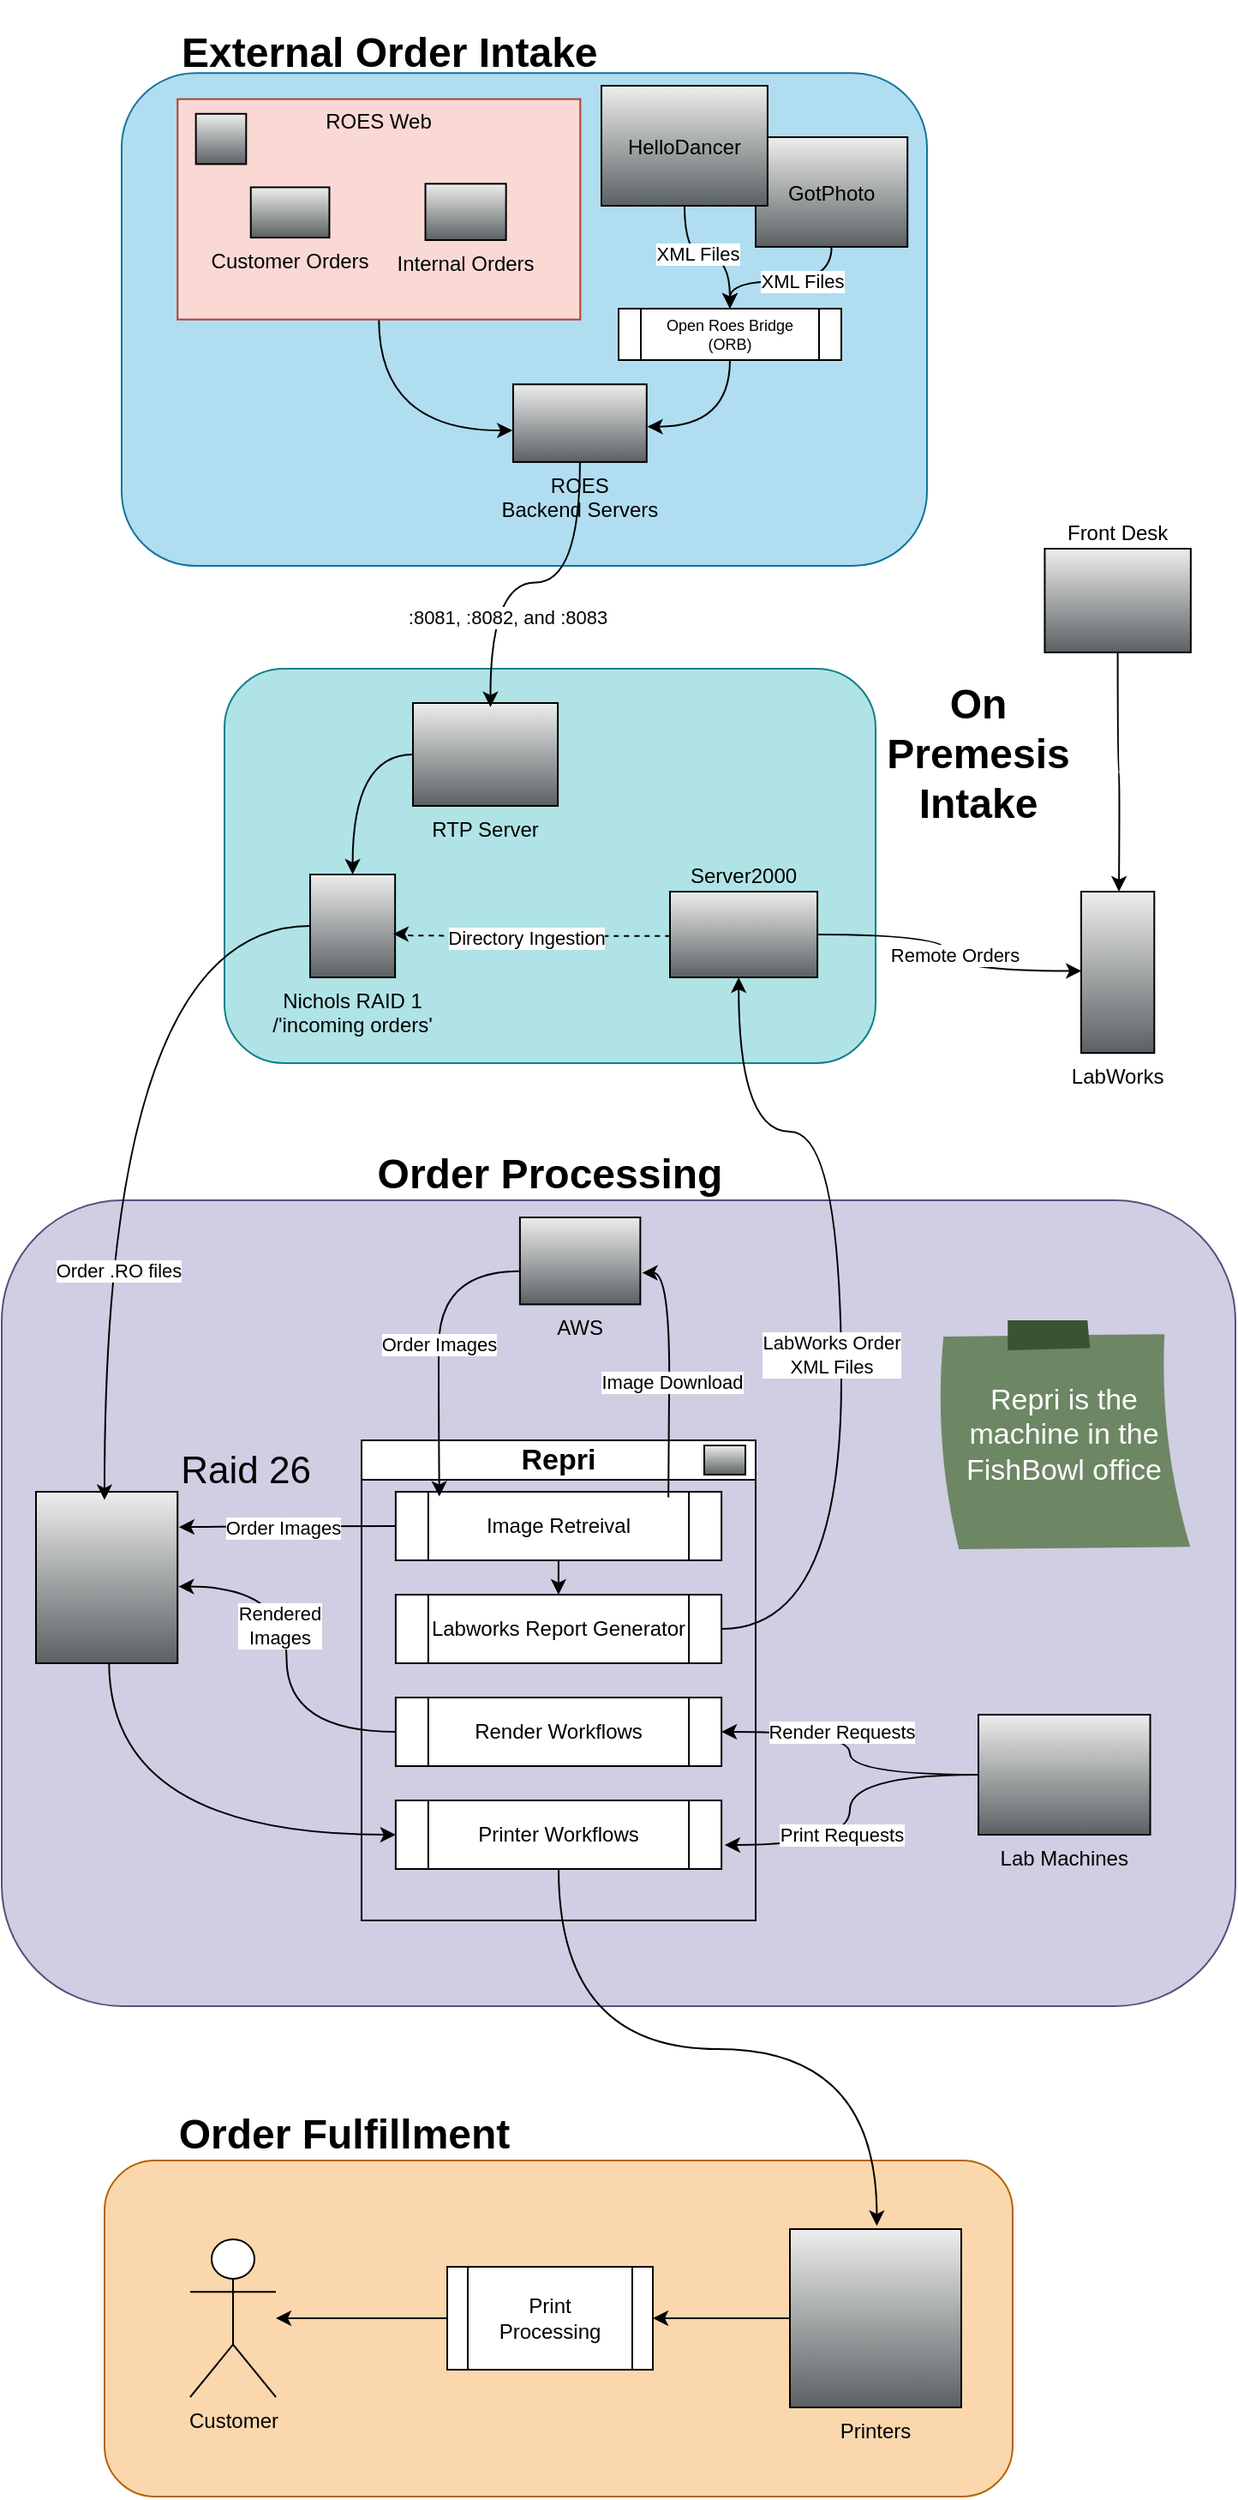
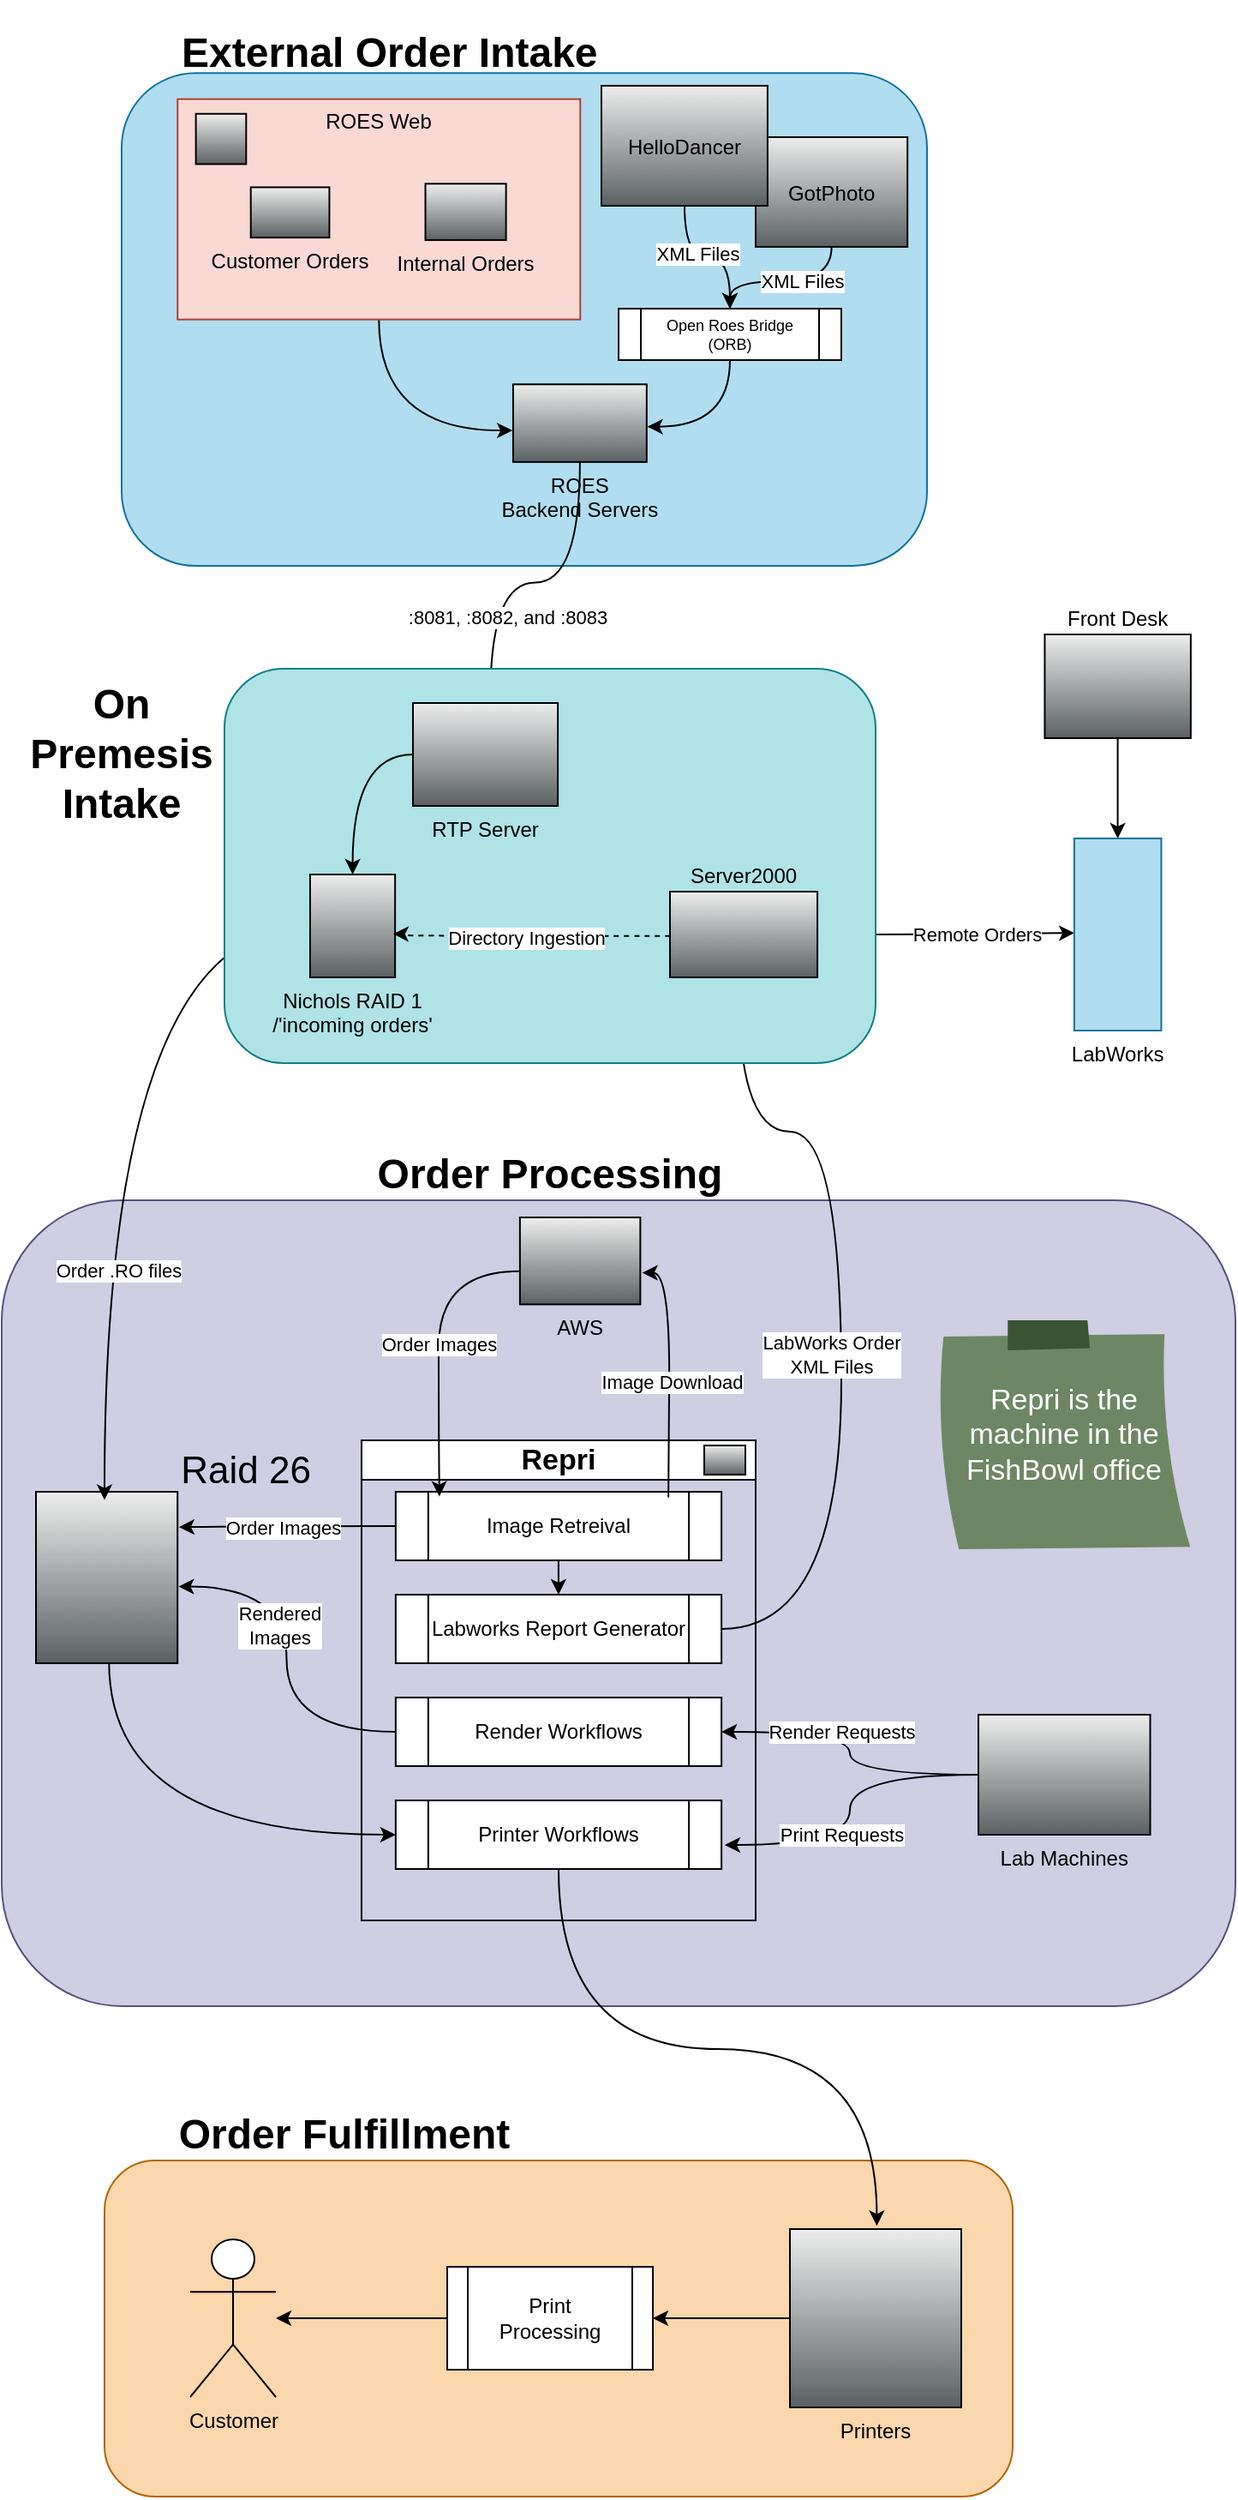
<mxfile host="app.diagrams.net">
  <diagram name="External Order Intake" id="xOiFyvTx0ugd0xP541Ys">
    <mxGraphModel dx="1138" dy="664" grid="1" gridSize="10" guides="1" tooltips="1" connect="1" arrows="1" fold="1" page="1" pageScale="1" pageWidth="850" pageHeight="1100" math="0" shadow="0">
      <root>
        <mxCell id="0" />
        <mxCell id="1" parent="0" />
        <mxCell id="Abbv7D0ucnFepgTgGXwM-46" connectable="0" parent="1" style="group" value="" vertex="1">
          <mxGeometry height="310" width="470" x="160" y="40" as="geometry" />
        </mxCell>
        <mxCell id="Abbv7D0ucnFepgTgGXwM-2" parent="Abbv7D0ucnFepgTgGXwM-46" style="rounded=1;whiteSpace=wrap;html=1;fillColor=#b1ddf0;strokeColor=#10739e;" value=" " vertex="1">
          <mxGeometry height="287.3170731707317" width="470.00000000000006" y="22.682926829268293" as="geometry" />
        </mxCell>
        <mxCell id="uFVznFZ-sdEEhWdo_pJ7-23" parent="Abbv7D0ucnFepgTgGXwM-46" style="shape=mxgraph.networks2.icon;aspect=fixed;fillColor=#EDEDED;strokeColor=#000000;gradientColor=#5B6163;network2IconShadow=1;network2bgFillColor=none;labelPosition=center;verticalLabelPosition=middle;align=center;verticalAlign=middle;network2Icon=mxgraph.networks2.cloud;network2IconYOffset=-0.08;network2IconW=1.0004;network2IconH=0.7222;" value="GotPhoto" vertex="1">
          <mxGeometry height="63.96" width="88.6" x="370" y="60" as="geometry" />
        </mxCell>
        <mxCell id="uFVznFZ-sdEEhWdo_pJ7-26" parent="Abbv7D0ucnFepgTgGXwM-46" style="fillColorStyles=neutralFill;neutralFill=#9DA6A8;shape=mxgraph.networks2.icon;aspect=fixed;fillColor=#EDEDED;strokeColor=#000000;gradientColor=#5B6163;network2IconShadow=1;network2bgFillColor=none;labelPosition=center;verticalLabelPosition=bottom;align=center;verticalAlign=top;network2Icon=mxgraph.networks2.server;network2IconW=1.0001;network2IconH=0.5812;" value="ROES&#xa;Backend Servers" vertex="1">
          <mxGeometry height="45.29897718332022" width="77.94659716758459" x="228.46569444444447" y="204.14634146341464" as="geometry" />
        </mxCell>
        <mxCell id="uFVznFZ-sdEEhWdo_pJ7-27" edge="1" parent="Abbv7D0ucnFepgTgGXwM-46" source="uFVznFZ-sdEEhWdo_pJ7-12" style="edgeStyle=orthogonalEdgeStyle;curved=1;rounded=0;orthogonalLoop=1;jettySize=auto;html=1;exitX=0.5;exitY=1;exitDx=0;exitDy=0;entryX=-0.005;entryY=0.594;entryDx=0;entryDy=0;entryPerimeter=0;" target="uFVznFZ-sdEEhWdo_pJ7-26">
          <mxGeometry relative="1" as="geometry" />
        </mxCell>
        <mxCell id="Abbv7D0ucnFepgTgGXwM-3" parent="Abbv7D0ucnFepgTgGXwM-46" style="text;html=1;whiteSpace=wrap;strokeColor=none;fillColor=none;align=left;verticalAlign=middle;rounded=0;" value="&lt;h1&gt;External Order Intake&lt;/h1&gt;" vertex="1">
          <mxGeometry height="22.68" width="407.36" x="32.64" as="geometry" />
        </mxCell>
        <mxCell id="Abbv7D0ucnFepgTgGXwM-45" connectable="0" parent="Abbv7D0ucnFepgTgGXwM-46" style="group;" value="" vertex="1">
          <mxGeometry height="128.53658536585368" width="235.00000000000003" x="32.63888888888889" y="37.804878048780495" as="geometry" />
        </mxCell>
        <mxCell id="uFVznFZ-sdEEhWdo_pJ7-12" parent="Abbv7D0ucnFepgTgGXwM-45" style="rounded=0;whiteSpace=wrap;html=1;fillColor=#fad9d5;strokeColor=#ae4132;" value="" vertex="1">
          <mxGeometry height="128.53658536585368" width="235.00000000000003" as="geometry" />
        </mxCell>
        <mxCell id="uFVznFZ-sdEEhWdo_pJ7-13" parent="Abbv7D0ucnFepgTgGXwM-45" style="shape=mxgraph.networks2.icon;aspect=fixed;fillColor=#EDEDED;strokeColor=#000000;gradientColor=#5B6163;network2IconShadow=1;network2bgFillColor=none;labelPosition=center;verticalLabelPosition=bottom;align=center;verticalAlign=top;network2Icon=mxgraph.networks2.globe;network2IconW=1;network2IconH=1;" value="" vertex="1">
          <mxGeometry height="29.33648046157881" width="29.33648046157881" x="10.681818181818182" y="8.56910569105691" as="geometry" />
        </mxCell>
        <mxCell id="uFVznFZ-sdEEhWdo_pJ7-14" parent="Abbv7D0ucnFepgTgGXwM-45" style="shape=mxgraph.networks2.icon;aspect=fixed;fillColor=#EDEDED;strokeColor=#000000;gradientColor=#5B6163;network2IconShadow=1;network2bgFillColor=none;labelPosition=center;verticalLabelPosition=bottom;align=center;verticalAlign=top;network2Icon=mxgraph.networks2.users;network2IconXOffset=0.0019;network2IconYOffset=-0.0004;network2IconW=1.0353;network2IconH=0.6623;" value="Customer Orders" vertex="1">
          <mxGeometry height="29.33648046157881" width="45.86025308156307" x="42.72727272727273" y="51.41463414634146" as="geometry" />
        </mxCell>
        <mxCell id="uFVznFZ-sdEEhWdo_pJ7-15" parent="Abbv7D0ucnFepgTgGXwM-45" style="shape=mxgraph.networks2.icon;aspect=fixed;fillColor=#EDEDED;strokeColor=#000000;gradientColor=#5B6163;network2IconShadow=1;network2bgFillColor=none;labelPosition=center;verticalLabelPosition=bottom;align=center;verticalAlign=top;network2Icon=mxgraph.networks2.lan;network2IconYOffset=0.0558;network2IconW=1.0834;network2IconH=0.7564;" value="Internal Orders" vertex="1">
          <mxGeometry height="32.85685811696826" width="47.0630487804878" x="144.61949300699303" y="49.35804878048783" as="geometry" />
        </mxCell>
        <mxCell id="uFVznFZ-sdEEhWdo_pJ7-25" parent="Abbv7D0ucnFepgTgGXwM-45" style="text;html=1;whiteSpace=wrap;strokeColor=none;fillColor=none;align=center;verticalAlign=middle;rounded=0;" value="ROES Web" vertex="1">
          <mxGeometry height="25.70731707317073" width="72.3076923076923" x="81.34615384615385" as="geometry" />
        </mxCell>
        <mxCell id="jQCsffpuLkgTT5c4SlJs-1" parent="Abbv7D0ucnFepgTgGXwM-46" style="shape=mxgraph.networks2.icon;aspect=fixed;fillColor=#EDEDED;strokeColor=#000000;gradientColor=#5B6163;network2IconShadow=1;network2bgFillColor=none;labelPosition=center;verticalLabelPosition=middle;align=center;verticalAlign=middle;network2Icon=mxgraph.networks2.cloud;network2IconYOffset=-0.08;network2IconW=1.0004;network2IconH=0.7222;" value="HelloDancer" vertex="1">
          <mxGeometry height="70" width="96.96" x="280" y="30" as="geometry" />
        </mxCell>
-         <mxCell id="Abbv7D0ucnFepgTgGXwM-63" connectable="0" parent="1" style="group;labelPosition=center;verticalLabelPosition=bottom;align=center;verticalAlign=top;" value=" " vertex="1">
-           <mxGeometry height="230" width="514.8699999999999" x="220" y="410" as="geometry" />
-         </mxCell>
-         <mxCell id="Abbv7D0ucnFepgTgGXwM-58" parent="Abbv7D0ucnFepgTgGXwM-63" style="rounded=1;whiteSpace=wrap;html=1;fillColor=#b0e3e6;strokeColor=#0e8088;" value=" " vertex="1">
-           <mxGeometry height="230" width="380" as="geometry" />
-         </mxCell>
-         <mxCell id="Abbv7D0ucnFepgTgGXwM-61" edge="1" parent="Abbv7D0ucnFepgTgGXwM-63" source="Abbv7D0ucnFepgTgGXwM-48" style="edgeStyle=orthogonalEdgeStyle;curved=1;rounded=0;orthogonalLoop=1;jettySize=auto;html=1;" target="Abbv7D0ucnFepgTgGXwM-49">
-           <mxGeometry relative="1" as="geometry" />
-         </mxCell>
-         <mxCell id="Abbv7D0ucnFepgTgGXwM-48" parent="Abbv7D0ucnFepgTgGXwM-63" style="shape=mxgraph.networks2.icon;aspect=fixed;fillColor=#EDEDED;strokeColor=#000000;gradientColor=#5B6163;network2IconShadow=1;network2bgFillColor=none;labelPosition=center;verticalLabelPosition=bottom;align=center;verticalAlign=top;network2Icon=mxgraph.networks2.pc;network2IconYOffset=-0.0593;network2IconW=0.9999;network2IconH=0.7096;" value="RTP Server" vertex="1">
-           <mxGeometry height="60" width="84.55" x="110" y="20" as="geometry" />
-         </mxCell>
-         <mxCell id="Abbv7D0ucnFepgTgGXwM-49" parent="Abbv7D0ucnFepgTgGXwM-63" style="shape=mxgraph.networks2.icon;aspect=fixed;fillColor=#EDEDED;strokeColor=#000000;gradientColor=#5B6163;network2IconShadow=1;network2bgFillColor=none;labelPosition=center;verticalLabelPosition=bottom;align=center;verticalAlign=top;network2Icon=mxgraph.networks2.data_storage;network2IconW=0.8252;network2IconH=0.9989;" value="Nichols RAID 1&#xa;/&#39;incoming orders&#39;" vertex="1">
-           <mxGeometry height="60" width="49.57" x="50" y="120" as="geometry" />
-         </mxCell>
-         <mxCell id="Abbv7D0ucnFepgTgGXwM-50" parent="Abbv7D0ucnFepgTgGXwM-63" style="fillColorStyles=neutralFill;neutralFill=#9DA6A8;shape=mxgraph.networks2.icon;aspect=fixed;fillColor=#EDEDED;strokeColor=#000000;gradientColor=#5B6163;network2IconShadow=1;network2bgFillColor=none;labelPosition=center;verticalLabelPosition=top;align=center;verticalAlign=bottom;network2Icon=mxgraph.networks2.server;network2IconW=1.0001;network2IconH=0.5812;" value="Server2000" vertex="1">
-           <mxGeometry height="50" width="86.04" x="260" y="130" as="geometry" />
-         </mxCell>
-         <mxCell id="Abbv7D0ucnFepgTgGXwM-53" edge="1" parent="Abbv7D0ucnFepgTgGXwM-63" source="Abbv7D0ucnFepgTgGXwM-50" style="edgeStyle=orthogonalEdgeStyle;curved=1;rounded=0;orthogonalLoop=1;jettySize=auto;html=1;entryX=0.968;entryY=0.578;entryDx=0;entryDy=0;entryPerimeter=0;startArrow=none;startFill=0;dashed=1;exitX=0.003;exitY=0.518;exitDx=0;exitDy=0;exitPerimeter=0;" value=" ">
-           <mxGeometry relative="1" as="geometry">
-             <Array as="points">
-               <mxPoint x="100" y="156" />
-               <mxPoint x="100" y="155" />
-             </Array>
-             <mxPoint x="259.9998" y="157.5" as="sourcePoint" />
-             <mxPoint x="98.41376000000008" y="154.68000000000006" as="targetPoint" />
-           </mxGeometry>
-         </mxCell>
-         <mxCell id="Abbv7D0ucnFepgTgGXwM-57" connectable="0" parent="Abbv7D0ucnFepgTgGXwM-53" style="edgeLabel;html=1;align=center;verticalAlign=middle;resizable=0;points=[];" value="Directory Ingestion" vertex="1">
-           <mxGeometry relative="1" x="0.0378" y="1" as="geometry">
-             <mxPoint as="offset" />
-           </mxGeometry>
-         </mxCell>
-         <mxCell id="Abbv7D0ucnFepgTgGXwM-62" parent="Abbv7D0ucnFepgTgGXwM-63" style="text;html=1;whiteSpace=wrap;strokeColor=none;fillColor=none;align=center;verticalAlign=middle;rounded=0;" value="&lt;h1&gt;On Premesis Intake&lt;/h1&gt;" vertex="1">
-           <mxGeometry height="80" width="120" x="380" y="10" as="geometry" />
-         </mxCell>
        <mxCell id="Abbv7D0ucnFepgTgGXwM-144" connectable="0" parent="1" style="group" value="" vertex="1">
          <mxGeometry height="500" width="720.13" x="90" y="690" as="geometry" />
        </mxCell>
        <mxCell id="Abbv7D0ucnFepgTgGXwM-132" parent="Abbv7D0ucnFepgTgGXwM-144" style="rounded=1;whiteSpace=wrap;html=1;fillColor=#d0cee2;strokeColor=#56517e;" value=" " vertex="1">
          <mxGeometry height="470" width="720" y="30" as="geometry" />
        </mxCell>
        <mxCell id="Abbv7D0ucnFepgTgGXwM-123" edge="1" parent="Abbv7D0ucnFepgTgGXwM-144" source="Abbv7D0ucnFepgTgGXwM-55" style="edgeStyle=orthogonalEdgeStyle;curved=1;rounded=0;orthogonalLoop=1;jettySize=auto;html=1;entryX=0;entryY=0.5;entryDx=0;entryDy=0;exitX=0.516;exitY=0.991;exitDx=0;exitDy=0;exitPerimeter=0;" target="Abbv7D0ucnFepgTgGXwM-87">
          <mxGeometry relative="1" as="geometry" />
        </mxCell>
        <mxCell id="Abbv7D0ucnFepgTgGXwM-124" connectable="0" parent="Abbv7D0ucnFepgTgGXwM-123" style="edgeLabel;html=1;align=center;verticalAlign=middle;resizable=0;points=[];" value=" " vertex="1">
          <mxGeometry relative="1" x="-0.5108" y="29" as="geometry">
            <mxPoint as="offset" />
          </mxGeometry>
        </mxCell>
        <mxCell id="Abbv7D0ucnFepgTgGXwM-55" parent="Abbv7D0ucnFepgTgGXwM-144" style="shape=mxgraph.networks2.icon;aspect=fixed;fillColor=#EDEDED;strokeColor=#000000;gradientColor=#5B6163;network2IconShadow=1;network2bgFillColor=none;labelPosition=right;verticalLabelPosition=top;align=left;verticalAlign=bottom;network2Icon=mxgraph.networks2.data_storage;network2IconW=0.8252;network2IconH=0.9989;fontSize=22;" value="Raid 26" vertex="1">
          <mxGeometry height="100" width="82.61" x="20" y="200" as="geometry" />
        </mxCell>
        <mxCell id="Abbv7D0ucnFepgTgGXwM-125" edge="1" parent="Abbv7D0ucnFepgTgGXwM-144" source="Abbv7D0ucnFepgTgGXwM-65" style="edgeStyle=orthogonalEdgeStyle;curved=1;rounded=0;orthogonalLoop=1;jettySize=auto;html=1;entryX=1;entryY=0.5;entryDx=0;entryDy=0;" target="Abbv7D0ucnFepgTgGXwM-70">
          <mxGeometry relative="1" as="geometry" />
        </mxCell>
        <mxCell id="Abbv7D0ucnFepgTgGXwM-127" connectable="0" parent="Abbv7D0ucnFepgTgGXwM-125" style="edgeLabel;html=1;align=center;verticalAlign=middle;resizable=0;points=[];" value="Render Requests" vertex="1">
          <mxGeometry relative="1" x="0.4996" y="2" as="geometry">
            <mxPoint x="26" y="-2" as="offset" />
          </mxGeometry>
        </mxCell>
        <mxCell id="Abbv7D0ucnFepgTgGXwM-65" parent="Abbv7D0ucnFepgTgGXwM-144" style="shape=mxgraph.networks2.icon;aspect=fixed;fillColor=#EDEDED;strokeColor=#000000;gradientColor=#5B6163;network2IconShadow=1;network2bgFillColor=none;labelPosition=center;verticalLabelPosition=bottom;align=center;verticalAlign=top;network2Icon=mxgraph.networks2.lan;network2IconYOffset=0.0558;network2IconW=1.0834;network2IconH=0.7564;" value="Lab Machines" vertex="1">
          <mxGeometry height="70" width="100.26" x="570" y="330" as="geometry" />
        </mxCell>
        <mxCell id="Abbv7D0ucnFepgTgGXwM-67" parent="Abbv7D0ucnFepgTgGXwM-144" style="shape=mxgraph.networks2.icon;aspect=fixed;fillColor=#EDEDED;strokeColor=#000000;gradientColor=#5B6163;network2IconShadow=1;network2bgFillColor=none;labelPosition=center;verticalLabelPosition=bottom;align=center;verticalAlign=top;network2Icon=mxgraph.networks2.cloud;network2IconYOffset=-0.08;network2IconW=1.0004;network2IconH=0.7222;" value="AWS" vertex="1">
          <mxGeometry height="50.71" width="70.24" x="302.44" y="40" as="geometry" />
        </mxCell>
        <mxCell id="Abbv7D0ucnFepgTgGXwM-68" parent="Abbv7D0ucnFepgTgGXwM-144" style="swimlane;whiteSpace=wrap;html=1;align=center;fontSize=17;" value="&lt;div align=&quot;center&quot;&gt;Repri&lt;/div&gt;" vertex="1">
          <mxGeometry height="280" width="230" x="210" y="170" as="geometry">
            <mxRectangle height="30" width="140" x="105.12" y="1050" as="alternateBounds" />
          </mxGeometry>
        </mxCell>
        <mxCell id="Abbv7D0ucnFepgTgGXwM-66" parent="Abbv7D0ucnFepgTgGXwM-68" style="shape=mxgraph.networks2.icon;aspect=fixed;fillColor=#EDEDED;strokeColor=#000000;gradientColor=#5B6163;network2IconShadow=1;network2bgFillColor=none;labelPosition=center;verticalLabelPosition=bottom;align=center;verticalAlign=top;network2Icon=mxgraph.networks2.pc;network2IconYOffset=-0.0593;network2IconW=0.9999;network2IconH=0.7096;" value=" " vertex="1">
          <mxGeometry height="17.03" width="24" x="200" y="3" as="geometry" />
        </mxCell>
        <mxCell id="Abbv7D0ucnFepgTgGXwM-79" edge="1" parent="Abbv7D0ucnFepgTgGXwM-68" source="Abbv7D0ucnFepgTgGXwM-69" style="edgeStyle=orthogonalEdgeStyle;curved=1;rounded=0;orthogonalLoop=1;jettySize=auto;html=1;entryX=0.5;entryY=0;entryDx=0;entryDy=0;" target="Abbv7D0ucnFepgTgGXwM-78">
          <mxGeometry relative="1" as="geometry" />
        </mxCell>
        <mxCell id="Abbv7D0ucnFepgTgGXwM-69" parent="Abbv7D0ucnFepgTgGXwM-68" style="shape=process;whiteSpace=wrap;html=1;backgroundOutline=1;" value="Image Retreival" vertex="1">
          <mxGeometry height="40" width="190.12" x="19.94" y="30" as="geometry" />
        </mxCell>
        <mxCell id="Abbv7D0ucnFepgTgGXwM-70" parent="Abbv7D0ucnFepgTgGXwM-68" style="shape=process;whiteSpace=wrap;html=1;backgroundOutline=1;" value="Render Workflows" vertex="1">
          <mxGeometry height="40" width="190.12" x="19.939999999999998" y="150" as="geometry" />
        </mxCell>
        <mxCell id="Abbv7D0ucnFepgTgGXwM-78" parent="Abbv7D0ucnFepgTgGXwM-68" style="shape=process;whiteSpace=wrap;html=1;backgroundOutline=1;" value="Labworks Report Generator" vertex="1">
          <mxGeometry height="40" width="190.12" x="19.939999999999998" y="90" as="geometry" />
        </mxCell>
        <mxCell id="Abbv7D0ucnFepgTgGXwM-87" parent="Abbv7D0ucnFepgTgGXwM-68" style="shape=process;whiteSpace=wrap;html=1;backgroundOutline=1;" value="Printer Workflows" vertex="1">
          <mxGeometry height="40" width="190.12" x="19.939999999999998" y="210" as="geometry" />
        </mxCell>
        <mxCell id="Abbv7D0ucnFepgTgGXwM-71" edge="1" parent="Abbv7D0ucnFepgTgGXwM-144" source="Abbv7D0ucnFepgTgGXwM-69" style="edgeStyle=orthogonalEdgeStyle;curved=1;rounded=0;orthogonalLoop=1;jettySize=auto;html=1;entryX=1.016;entryY=0.637;entryDx=0;entryDy=0;entryPerimeter=0;exitX=0.837;exitY=0.082;exitDx=0;exitDy=0;exitPerimeter=0;" target="Abbv7D0ucnFepgTgGXwM-67">
          <mxGeometry relative="1" as="geometry">
            <Array as="points">
              <mxPoint x="389" y="200" />
              <mxPoint x="390" y="200" />
              <mxPoint x="390" y="72" />
            </Array>
            <mxPoint x="400" y="198" as="sourcePoint" />
          </mxGeometry>
        </mxCell>
        <mxCell id="Abbv7D0ucnFepgTgGXwM-72" connectable="0" parent="Abbv7D0ucnFepgTgGXwM-71" style="edgeLabel;html=1;align=center;verticalAlign=middle;resizable=0;points=[];" value="Image Download" vertex="1">
          <mxGeometry relative="1" x="-0.0797" y="-1" as="geometry">
            <mxPoint as="offset" />
          </mxGeometry>
        </mxCell>
        <mxCell id="Abbv7D0ucnFepgTgGXwM-73" edge="1" parent="Abbv7D0ucnFepgTgGXwM-144" source="Abbv7D0ucnFepgTgGXwM-67" style="edgeStyle=orthogonalEdgeStyle;curved=1;rounded=0;orthogonalLoop=1;jettySize=auto;html=1;entryX=0.134;entryY=0.07;entryDx=0;entryDy=0;entryPerimeter=0;exitX=-0.008;exitY=0.619;exitDx=0;exitDy=0;exitPerimeter=0;" target="Abbv7D0ucnFepgTgGXwM-69">
          <mxGeometry relative="1" as="geometry">
            <Array as="points">
              <mxPoint x="255" y="71" />
              <mxPoint x="255" y="160" />
            </Array>
          </mxGeometry>
        </mxCell>
        <mxCell id="Abbv7D0ucnFepgTgGXwM-74" connectable="0" parent="Abbv7D0ucnFepgTgGXwM-73" style="edgeLabel;html=1;align=center;verticalAlign=middle;resizable=0;points=[];" value="Order Images" vertex="1">
          <mxGeometry relative="1" x="0.0052" as="geometry">
            <mxPoint as="offset" />
          </mxGeometry>
        </mxCell>
        <mxCell id="Abbv7D0ucnFepgTgGXwM-118" edge="1" parent="Abbv7D0ucnFepgTgGXwM-144" source="Abbv7D0ucnFepgTgGXwM-69" style="edgeStyle=orthogonalEdgeStyle;curved=1;rounded=0;orthogonalLoop=1;jettySize=auto;html=1;entryX=1.01;entryY=0.206;entryDx=0;entryDy=0;entryPerimeter=0;" target="Abbv7D0ucnFepgTgGXwM-55">
          <mxGeometry relative="1" as="geometry" />
        </mxCell>
        <mxCell id="Abbv7D0ucnFepgTgGXwM-120" connectable="0" parent="Abbv7D0ucnFepgTgGXwM-118" style="edgeLabel;html=1;align=center;verticalAlign=middle;resizable=0;points=[];" value="Order Images" vertex="1">
          <mxGeometry relative="1" x="0.0556" as="geometry">
            <mxPoint as="offset" />
          </mxGeometry>
        </mxCell>
        <mxCell id="Abbv7D0ucnFepgTgGXwM-121" edge="1" parent="Abbv7D0ucnFepgTgGXwM-144" source="Abbv7D0ucnFepgTgGXwM-70" style="edgeStyle=orthogonalEdgeStyle;curved=1;rounded=0;orthogonalLoop=1;jettySize=auto;html=1;entryX=1.007;entryY=0.553;entryDx=0;entryDy=0;entryPerimeter=0;" target="Abbv7D0ucnFepgTgGXwM-55">
          <mxGeometry relative="1" as="geometry" />
        </mxCell>
        <mxCell id="Abbv7D0ucnFepgTgGXwM-122" connectable="0" parent="Abbv7D0ucnFepgTgGXwM-121" style="edgeLabel;html=1;align=center;verticalAlign=middle;resizable=0;points=[];" value="Rendered&lt;br&gt;Images" vertex="1">
          <mxGeometry relative="1" x="0.1933" y="5" as="geometry">
            <mxPoint as="offset" />
          </mxGeometry>
        </mxCell>
        <mxCell id="Abbv7D0ucnFepgTgGXwM-126" edge="1" parent="Abbv7D0ucnFepgTgGXwM-144" source="Abbv7D0ucnFepgTgGXwM-65" style="edgeStyle=orthogonalEdgeStyle;curved=1;rounded=0;orthogonalLoop=1;jettySize=auto;html=1;entryX=1.01;entryY=0.65;entryDx=0;entryDy=0;entryPerimeter=0;" target="Abbv7D0ucnFepgTgGXwM-87">
          <mxGeometry relative="1" as="geometry" />
        </mxCell>
        <mxCell id="Abbv7D0ucnFepgTgGXwM-128" connectable="0" parent="Abbv7D0ucnFepgTgGXwM-126" style="edgeLabel;html=1;align=center;verticalAlign=middle;resizable=0;points=[];" value="Print Requests" vertex="1">
          <mxGeometry relative="1" x="0.4408" y="-6" as="geometry">
            <mxPoint x="15" as="offset" />
          </mxGeometry>
        </mxCell>
        <mxCell id="Abbv7D0ucnFepgTgGXwM-143" parent="Abbv7D0ucnFepgTgGXwM-144" style="text;html=1;whiteSpace=wrap;strokeColor=none;fillColor=none;align=center;verticalAlign=middle;rounded=0;" value="&lt;h1&gt;Order Processing&lt;/h1&gt;" vertex="1">
          <mxGeometry height="30" width="320" x="160" as="geometry" />
        </mxCell>
        <mxCell id="jQCsffpuLkgTT5c4SlJs-15" parent="Abbv7D0ucnFepgTgGXwM-144" style="strokeWidth=1;shadow=0;dashed=0;align=center;html=1;shape=mxgraph.mockup.text.stickyNote2;fontColor=#ffffff;mainText=;fontSize=17;whiteSpace=wrap;fillColor=#6d8764;strokeColor=#3A5431;" value="Repri is the machine in the FishBowl office" vertex="1">
          <mxGeometry height="134.87" width="150" x="545.13" y="100" as="geometry" />
        </mxCell>
        <mxCell id="Abbv7D0ucnFepgTgGXwM-133" edge="1" parent="1" source="Abbv7D0ucnFepgTgGXwM-78" style="edgeStyle=orthogonalEdgeStyle;curved=1;rounded=0;orthogonalLoop=1;jettySize=auto;html=1;entryX=0.466;entryY=1;entryDx=0;entryDy=0;entryPerimeter=0;exitX=1;exitY=0.5;exitDx=0;exitDy=0;" target="Abbv7D0ucnFepgTgGXwM-50">
          <mxGeometry relative="1" as="geometry">
            <Array as="points">
              <mxPoint x="580" y="970" />
              <mxPoint x="580" y="680" />
              <mxPoint x="520" y="680" />
            </Array>
          </mxGeometry>
        </mxCell>
        <mxCell id="Abbv7D0ucnFepgTgGXwM-134" connectable="0" parent="Abbv7D0ucnFepgTgGXwM-133" style="edgeLabel;html=1;align=center;verticalAlign=middle;resizable=0;points=[];" value="&lt;div&gt;LabWorks Order&lt;/div&gt;&lt;div&gt;XML Files&lt;/div&gt;" vertex="1">
          <mxGeometry relative="1" x="0.2484" y="-1" as="geometry">
            <mxPoint x="-7" y="88" as="offset" />
          </mxGeometry>
        </mxCell>
        <mxCell id="Abbv7D0ucnFepgTgGXwM-116" edge="1" parent="1" source="Abbv7D0ucnFepgTgGXwM-49" style="edgeStyle=orthogonalEdgeStyle;curved=1;rounded=0;orthogonalLoop=1;jettySize=auto;html=1;entryX=0.484;entryY=0.048;entryDx=0;entryDy=0;entryPerimeter=0;" target="Abbv7D0ucnFepgTgGXwM-55">
          <mxGeometry relative="1" as="geometry" />
        </mxCell>
        <mxCell id="Abbv7D0ucnFepgTgGXwM-117" connectable="0" parent="Abbv7D0ucnFepgTgGXwM-116" style="edgeLabel;html=1;align=center;verticalAlign=middle;resizable=0;points=[];" value="Order .RO files" vertex="1">
          <mxGeometry relative="1" x="0.4085" y="8" as="geometry">
            <mxPoint as="offset" />
          </mxGeometry>
        </mxCell>
        <mxCell id="Abbv7D0ucnFepgTgGXwM-147" connectable="0" parent="1" style="group" value=" " vertex="1">
          <mxGeometry height="226" width="530" x="150" y="1250" as="geometry" />
        </mxCell>
        <mxCell id="Abbv7D0ucnFepgTgGXwM-142" parent="Abbv7D0ucnFepgTgGXwM-147" style="rounded=1;whiteSpace=wrap;html=1;fillColor=#fad7ac;strokeColor=#b46504;" value="" vertex="1">
          <mxGeometry height="196" width="530" y="30" as="geometry" />
        </mxCell>
        <mxCell id="Abbv7D0ucnFepgTgGXwM-139" edge="1" parent="Abbv7D0ucnFepgTgGXwM-147" source="Abbv7D0ucnFepgTgGXwM-135" style="edgeStyle=orthogonalEdgeStyle;curved=1;rounded=0;orthogonalLoop=1;jettySize=auto;html=1;entryX=1;entryY=0.5;entryDx=0;entryDy=0;" target="Abbv7D0ucnFepgTgGXwM-137">
          <mxGeometry relative="1" as="geometry" />
        </mxCell>
        <mxCell id="Abbv7D0ucnFepgTgGXwM-135" parent="Abbv7D0ucnFepgTgGXwM-147" style="fillColorStyles=neutralFill;neutralFill=#9DA6A8;shape=mxgraph.networks2.icon;aspect=fixed;fillColor=#EDEDED;strokeColor=#000000;gradientColor=#5B6163;network2IconShadow=1;network2bgFillColor=none;labelPosition=center;verticalLabelPosition=bottom;align=center;verticalAlign=top;network2Icon=mxgraph.networks2.printer;network2IconW=1;network2IconH=1.04;" value="Printers" vertex="1">
          <mxGeometry height="104" width="100" x="400" y="70" as="geometry" />
        </mxCell>
        <mxCell id="Abbv7D0ucnFepgTgGXwM-140" edge="1" parent="Abbv7D0ucnFepgTgGXwM-147" source="Abbv7D0ucnFepgTgGXwM-137" style="edgeStyle=orthogonalEdgeStyle;curved=1;rounded=0;orthogonalLoop=1;jettySize=auto;html=1;" target="Abbv7D0ucnFepgTgGXwM-138">
          <mxGeometry relative="1" as="geometry" />
        </mxCell>
        <mxCell id="Abbv7D0ucnFepgTgGXwM-137" parent="Abbv7D0ucnFepgTgGXwM-147" style="shape=process;whiteSpace=wrap;html=1;backgroundOutline=1;" value="&lt;div&gt;Print&lt;/div&gt;&lt;div&gt;Processing&lt;/div&gt;" vertex="1">
          <mxGeometry height="60" width="120" x="200" y="92" as="geometry" />
        </mxCell>
        <mxCell id="Abbv7D0ucnFepgTgGXwM-138" parent="Abbv7D0ucnFepgTgGXwM-147" style="shape=umlActor;verticalLabelPosition=bottom;verticalAlign=top;html=1;outlineConnect=0;" value="Customer" vertex="1">
          <mxGeometry height="92" width="50" x="50" y="76" as="geometry" />
        </mxCell>
        <mxCell id="Abbv7D0ucnFepgTgGXwM-146" parent="Abbv7D0ucnFepgTgGXwM-147" style="text;html=1;whiteSpace=wrap;strokeColor=none;fillColor=none;align=center;verticalAlign=middle;rounded=0;" value="&lt;h1&gt;Order Fulfillment&lt;/h1&gt;" vertex="1">
          <mxGeometry height="30" width="220" x="30" as="geometry" />
        </mxCell>
        <mxCell id="Abbv7D0ucnFepgTgGXwM-136" edge="1" parent="1" source="Abbv7D0ucnFepgTgGXwM-87" style="edgeStyle=orthogonalEdgeStyle;curved=1;rounded=0;orthogonalLoop=1;jettySize=auto;html=1;entryX=0.507;entryY=-0.018;entryDx=0;entryDy=0;entryPerimeter=0;exitX=0.5;exitY=1;exitDx=0;exitDy=0;" target="Abbv7D0ucnFepgTgGXwM-135">
          <mxGeometry relative="1" as="geometry" />
        </mxCell>
        <mxCell id="jQCsffpuLkgTT5c4SlJs-11" parent="1" style="shape=process;whiteSpace=wrap;html=1;backgroundOutline=1;fontSize=9;" value="&lt;div&gt;Open Roes Bridge&lt;/div&gt;&lt;div&gt;(ORB)&lt;/div&gt;" vertex="1">
          <mxGeometry height="30" width="130" x="450" y="200" as="geometry" />
        </mxCell>
        <mxCell id="jQCsffpuLkgTT5c4SlJs-12" edge="1" parent="1" source="jQCsffpuLkgTT5c4SlJs-1" style="edgeStyle=orthogonalEdgeStyle;curved=1;rounded=0;orthogonalLoop=1;jettySize=auto;html=1;entryX=0.5;entryY=0;entryDx=0;entryDy=0;" target="jQCsffpuLkgTT5c4SlJs-11">
          <mxGeometry relative="1" as="geometry" />
        </mxCell>
        <mxCell id="jQCsffpuLkgTT5c4SlJs-17" connectable="0" parent="jQCsffpuLkgTT5c4SlJs-12" style="edgeLabel;html=1;align=center;verticalAlign=middle;resizable=0;points=[];" value="XML Files" vertex="1">
          <mxGeometry relative="1" x="-0.1399" y="2" as="geometry">
            <mxPoint as="offset" />
          </mxGeometry>
        </mxCell>
        <mxCell id="jQCsffpuLkgTT5c4SlJs-13" edge="1" parent="1" source="uFVznFZ-sdEEhWdo_pJ7-23" style="edgeStyle=orthogonalEdgeStyle;curved=1;rounded=0;orthogonalLoop=1;jettySize=auto;html=1;entryX=0.5;entryY=0;entryDx=0;entryDy=0;" target="jQCsffpuLkgTT5c4SlJs-11">
          <mxGeometry relative="1" as="geometry" />
        </mxCell>
        <mxCell id="jQCsffpuLkgTT5c4SlJs-16" connectable="0" parent="jQCsffpuLkgTT5c4SlJs-13" style="edgeLabel;html=1;align=center;verticalAlign=middle;resizable=0;points=[];" value="XML Files" vertex="1">
          <mxGeometry relative="1" x="-0.2099" as="geometry">
            <mxPoint as="offset" />
          </mxGeometry>
        </mxCell>
        <mxCell id="jQCsffpuLkgTT5c4SlJs-14" edge="1" parent="1" source="jQCsffpuLkgTT5c4SlJs-11" style="edgeStyle=orthogonalEdgeStyle;curved=1;rounded=0;orthogonalLoop=1;jettySize=auto;html=1;entryX=1.005;entryY=0.545;entryDx=0;entryDy=0;entryPerimeter=0;" target="uFVznFZ-sdEEhWdo_pJ7-26">
          <mxGeometry relative="1" as="geometry" />
        </mxCell>
        <mxCell id="Abbv7D0ucnFepgTgGXwM-59" edge="1" parent="1" source="uFVznFZ-sdEEhWdo_pJ7-26" style="edgeStyle=orthogonalEdgeStyle;curved=1;rounded=0;orthogonalLoop=1;jettySize=auto;html=1;entryX=0.535;entryY=0.039;entryDx=0;entryDy=0;entryPerimeter=0;" target="Abbv7D0ucnFepgTgGXwM-48">
          <mxGeometry relative="1" as="geometry" />
        </mxCell>
        <mxCell id="Abbv7D0ucnFepgTgGXwM-60" connectable="0" parent="Abbv7D0ucnFepgTgGXwM-59" style="edgeLabel;html=1;align=center;verticalAlign=middle;resizable=0;points=[];" value=":8081, :8082, and :8083" vertex="1">
          <mxGeometry relative="1" x="0.1735" as="geometry">
            <mxPoint x="2" y="20" as="offset" />
          </mxGeometry>
        </mxCell>
-         <mxCell id="jQCsffpuLkgTT5c4SlJs-20" parent="1" style="shape=mxgraph.networks2.icon;aspect=fixed;fillColor=#EDEDED;strokeColor=#000000;gradientColor=#5B6163;network2IconShadow=1;network2bgFillColor=none;labelPosition=center;verticalLabelPosition=bottom;align=center;verticalAlign=top;network2Icon=mxgraph.networks2.desktop_pc;network2IconXOffset=-0.0034;network2IconYOffset=0.00035;network2IconW=0.453;network2IconH=0.9995;" value="LabWorks" vertex="1">
-           <mxGeometry height="94.1" width="42.65" x="720" y="540" as="geometry" />
-         </mxCell>
        <mxCell id="jQCsffpuLkgTT5c4SlJs-21" edge="1" parent="1" source="Abbv7D0ucnFepgTgGXwM-50" style="edgeStyle=orthogonalEdgeStyle;curved=1;rounded=0;orthogonalLoop=1;jettySize=auto;html=1;entryX=0.002;entryY=0.492;entryDx=0;entryDy=0;entryPerimeter=0;" target="jQCsffpuLkgTT5c4SlJs-20">
          <mxGeometry relative="1" as="geometry" />
        </mxCell>
        <mxCell id="jQCsffpuLkgTT5c4SlJs-22" connectable="0" parent="jQCsffpuLkgTT5c4SlJs-21" style="edgeLabel;html=1;align=center;verticalAlign=middle;resizable=0;points=[];" value="Remote Orders" vertex="1">
          <mxGeometry relative="1" x="0.0106" y="3" as="geometry">
-             <mxPoint as="offset" />
+             <mxPoint x="17" y="4" as="offset" />
          </mxGeometry>
        </mxCell>
        <mxCell id="jQCsffpuLkgTT5c4SlJs-23" parent="1" style="shape=mxgraph.networks2.icon;aspect=fixed;fillColor=#EDEDED;strokeColor=#000000;gradientColor=#5B6163;network2IconShadow=1;network2bgFillColor=none;labelPosition=center;verticalLabelPosition=top;align=center;verticalAlign=bottom;network2Icon=mxgraph.networks2.pc;network2IconYOffset=-0.0593;network2IconW=0.9999;network2IconH=0.7096;" value="Front Desk" vertex="1">
-           <mxGeometry height="60.48" width="85.22" x="698.72" y="340" as="geometry" />
-         </mxCell>
-         <mxCell id="jQCsffpuLkgTT5c4SlJs-24" edge="1" parent="1" source="jQCsffpuLkgTT5c4SlJs-23" style="edgeStyle=orthogonalEdgeStyle;curved=1;rounded=0;orthogonalLoop=1;jettySize=auto;html=1;">
-           <mxGeometry relative="1" as="geometry">
+           <mxGeometry height="60.48" width="85.22" x="698.72" y="390" as="geometry" />
+         </mxCell>
+         <mxCell id="jQCsffpuLkgTT5c4SlJs-25" connectable="0" parent="1" style="group" value="" vertex="1">
+           <mxGeometry height="230" width="500" x="100" y="410" as="geometry" />
+         </mxCell>
+         <mxCell id="Abbv7D0ucnFepgTgGXwM-58" parent="jQCsffpuLkgTT5c4SlJs-25" style="rounded=1;whiteSpace=wrap;html=1;fillColor=#b0e3e6;strokeColor=#0e8088;" value=" " vertex="1">
+           <mxGeometry height="230" width="380" x="120" as="geometry" />
+         </mxCell>
+         <mxCell id="Abbv7D0ucnFepgTgGXwM-61" edge="1" parent="jQCsffpuLkgTT5c4SlJs-25" source="Abbv7D0ucnFepgTgGXwM-48" style="edgeStyle=orthogonalEdgeStyle;curved=1;rounded=0;orthogonalLoop=1;jettySize=auto;html=1;" target="Abbv7D0ucnFepgTgGXwM-49">
+           <mxGeometry relative="1" as="geometry" />
+         </mxCell>
+         <mxCell id="Abbv7D0ucnFepgTgGXwM-48" parent="jQCsffpuLkgTT5c4SlJs-25" style="shape=mxgraph.networks2.icon;aspect=fixed;fillColor=#EDEDED;strokeColor=#000000;gradientColor=#5B6163;network2IconShadow=1;network2bgFillColor=none;labelPosition=center;verticalLabelPosition=bottom;align=center;verticalAlign=top;network2Icon=mxgraph.networks2.pc;network2IconYOffset=-0.0593;network2IconW=0.9999;network2IconH=0.7096;" value="RTP Server" vertex="1">
+           <mxGeometry height="60" width="84.55" x="230" y="20" as="geometry" />
+         </mxCell>
+         <mxCell id="Abbv7D0ucnFepgTgGXwM-49" parent="jQCsffpuLkgTT5c4SlJs-25" style="shape=mxgraph.networks2.icon;aspect=fixed;fillColor=#EDEDED;strokeColor=#000000;gradientColor=#5B6163;network2IconShadow=1;network2bgFillColor=none;labelPosition=center;verticalLabelPosition=bottom;align=center;verticalAlign=top;network2Icon=mxgraph.networks2.data_storage;network2IconW=0.8252;network2IconH=0.9989;" value="Nichols RAID 1&#xa;/&#39;incoming orders&#39;" vertex="1">
+           <mxGeometry height="60" width="49.57" x="170" y="120" as="geometry" />
+         </mxCell>
+         <mxCell id="Abbv7D0ucnFepgTgGXwM-50" parent="jQCsffpuLkgTT5c4SlJs-25" style="fillColorStyles=neutralFill;neutralFill=#9DA6A8;shape=mxgraph.networks2.icon;aspect=fixed;fillColor=#EDEDED;strokeColor=#000000;gradientColor=#5B6163;network2IconShadow=1;network2bgFillColor=none;labelPosition=center;verticalLabelPosition=top;align=center;verticalAlign=bottom;network2Icon=mxgraph.networks2.server;network2IconW=1.0001;network2IconH=0.5812;" value="Server2000" vertex="1">
+           <mxGeometry height="50" width="86.04" x="380" y="130" as="geometry" />
+         </mxCell>
+         <mxCell id="Abbv7D0ucnFepgTgGXwM-53" edge="1" parent="jQCsffpuLkgTT5c4SlJs-25" source="Abbv7D0ucnFepgTgGXwM-50" style="edgeStyle=orthogonalEdgeStyle;curved=1;rounded=0;orthogonalLoop=1;jettySize=auto;html=1;entryX=0.968;entryY=0.578;entryDx=0;entryDy=0;entryPerimeter=0;startArrow=none;startFill=0;dashed=1;exitX=0.003;exitY=0.518;exitDx=0;exitDy=0;exitPerimeter=0;" value=" ">
+           <mxGeometry relative="1" as="geometry">
+             <Array as="points">
+               <mxPoint x="220" y="156" />
+               <mxPoint x="220" y="155" />
+             </Array>
+             <mxPoint x="379.9998" y="157.5" as="sourcePoint" />
+             <mxPoint x="218.41376000000008" y="154.68000000000006" as="targetPoint" />
+           </mxGeometry>
+         </mxCell>
+         <mxCell id="Abbv7D0ucnFepgTgGXwM-57" connectable="0" parent="Abbv7D0ucnFepgTgGXwM-53" style="edgeLabel;html=1;align=center;verticalAlign=middle;resizable=0;points=[];" value="Directory Ingestion" vertex="1">
+           <mxGeometry relative="1" x="0.0378" y="1" as="geometry">
+             <mxPoint as="offset" />
+           </mxGeometry>
+         </mxCell>
+         <mxCell id="Abbv7D0ucnFepgTgGXwM-62" parent="jQCsffpuLkgTT5c4SlJs-25" style="text;html=1;whiteSpace=wrap;strokeColor=none;fillColor=none;align=center;verticalAlign=middle;rounded=0;" value="&lt;h1&gt;On Premesis Intake&lt;/h1&gt;" vertex="1">
+           <mxGeometry height="80" width="120" y="10" as="geometry" />
+         </mxCell>
+         <mxCell id="jQCsffpuLkgTT5c4SlJs-26" edge="1" parent="1" source="jQCsffpuLkgTT5c4SlJs-23" style="edgeStyle=orthogonalEdgeStyle;curved=1;rounded=0;orthogonalLoop=1;jettySize=auto;html=1;" target="jQCsffpuLkgTT5c4SlJs-20" value="">
+           <mxGeometry relative="1" as="geometry">
+             <mxPoint x="741" y="480" as="sourcePoint" />
            <mxPoint x="742" y="540" as="targetPoint" />
          </mxGeometry>
+         </mxCell>
+         <mxCell id="jQCsffpuLkgTT5c4SlJs-20" parent="1" style="shape=mxgraph.networks2.icon;aspect=fixed;fillColor=#b1ddf0;strokeColor=#10739e;network2IconShadow=1;network2bgFillColor=none;labelPosition=center;verticalLabelPosition=bottom;align=center;verticalAlign=top;network2Icon=mxgraph.networks2.desktop_pc;network2IconXOffset=-0.0034;network2IconYOffset=0.00035;network2IconW=0.453;network2IconH=0.9995;" value="LabWorks" vertex="1">
+           <mxGeometry height="112.05" width="50.79" x="715.94" y="508.97" as="geometry" />
        </mxCell>
      </root>
    </mxGraphModel>
  </diagram>
</mxfile>
